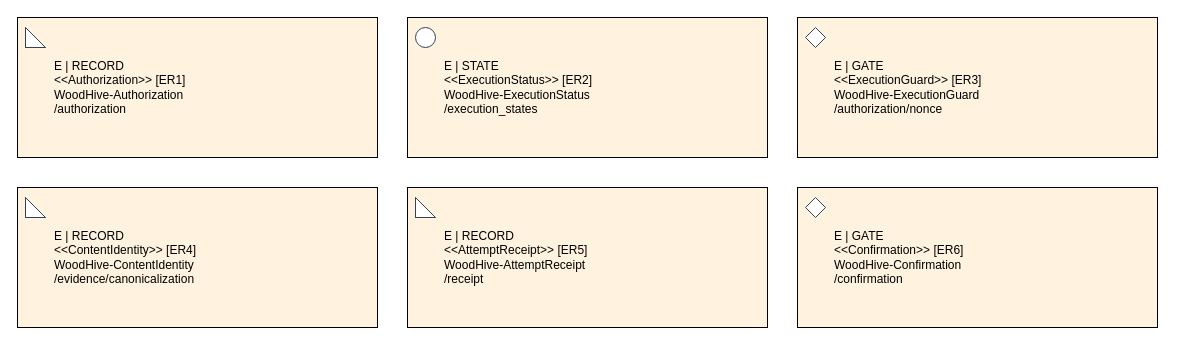
alexbafana/MKM-POL21-2025 keeps this draw.io diagram as reproducibility/paper-b/models/extended-views/Execution.drawio. Above is the earlier version. Source tidied: cells renumbered, new cells numbered last; positions are measured from the earlier drawing's top-left corner, leaving out a move shared by most shapes. Both pictures are drawn from the tidied source at 100%, with x=0, y=0 at pixel (17, 17).
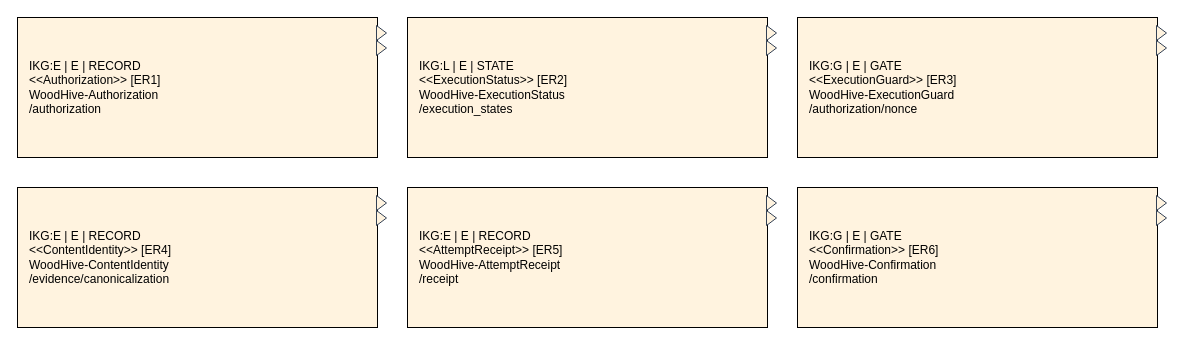
After the change.

Change to the diagram source:
```diff
@@
 <mxGraphModel>
   <root>
     <mxCell id="0" />
     <mxCell id="1" parent="0" />
-    <mxCell id="2" value="E | RECORD&#10;&lt;&lt;Authorization&gt;&gt; [ER1]&#10;WoodHive-Authorization&#10;/authorization" style="rounded=0;whiteSpace=wrap;html=0;align=left;spacingLeft=35;fillColor=#fff3df;" parent="1" vertex="1">
+    <mxCell id="2" value="IKG:E | E | RECORD&#10;&lt;&lt;Authorization&gt;&gt; [ER1]&#10;WoodHive-Authorization&#10;/authorization" style="rounded=0;whiteSpace=wrap;html=0;align=left;spacingLeft=10;fillColor=#fff3df;" parent="1" vertex="1">
       <mxGeometry width="360" height="140" as="geometry" />
     </mxCell>
-    <mxCell id="3" style="shape=note;fillColor=#ffffff;strokeColor=#334155;" parent="2" vertex="1">
-      <mxGeometry x="8" y="10" width="20" height="20" as="geometry" />
-    </mxCell>
+    <mxCell id="14" style="shape=triangle;direction=east;fillColor=#fff3df;strokeColor=#334155;" parent="2" vertex="1">
+      <mxGeometry x="359" y="8" width="10" height="15" as="geometry" />
+    </mxCell>
+    <mxCell id="15" style="shape=triangle;direction=east;fillColor=#fff3df;strokeColor=#334155;" parent="2" vertex="1">
+      <mxGeometry x="359" y="23" width="10" height="15" as="geometry" />
+    </mxCell>
-    <mxCell id="4" value="E | STATE&#10;&lt;&lt;ExecutionStatus&gt;&gt; [ER2]&#10;WoodHive-ExecutionStatus&#10;/execution_states" style="rounded=0;whiteSpace=wrap;html=0;align=left;spacingLeft=35;fillColor=#fff3df;" parent="1" vertex="1">
+    <mxCell id="4" value="IKG:L | E | STATE&#10;&lt;&lt;ExecutionStatus&gt;&gt; [ER2]&#10;WoodHive-ExecutionStatus&#10;/execution_states" style="rounded=0;whiteSpace=wrap;html=0;align=left;spacingLeft=10;fillColor=#fff3df;" parent="1" vertex="1">
       <mxGeometry x="390" width="360" height="140" as="geometry" />
     </mxCell>
-    <mxCell id="5" style="shape=ellipse;fillColor=#ffffff;strokeColor=#334155;" parent="4" vertex="1">
-      <mxGeometry x="8" y="10" width="20" height="20" as="geometry" />
-    </mxCell>
+    <mxCell id="16" style="shape=triangle;direction=east;fillColor=#fff3df;strokeColor=#334155;" parent="4" vertex="1">
+      <mxGeometry x="359" y="8" width="10" height="15" as="geometry" />
+    </mxCell>
+    <mxCell id="17" style="shape=triangle;direction=east;fillColor=#fff3df;strokeColor=#334155;" parent="4" vertex="1">
+      <mxGeometry x="359" y="23" width="10" height="15" as="geometry" />
+    </mxCell>
-    <mxCell id="6" value="E | GATE&#10;&lt;&lt;ExecutionGuard&gt;&gt; [ER3]&#10;WoodHive-ExecutionGuard&#10;/authorization/nonce" style="rounded=0;whiteSpace=wrap;html=0;align=left;spacingLeft=35;fillColor=#fff3df;" parent="1" vertex="1">
+    <mxCell id="6" value="IKG:G | E | GATE&#10;&lt;&lt;ExecutionGuard&gt;&gt; [ER3]&#10;WoodHive-ExecutionGuard&#10;/authorization/nonce" style="rounded=0;whiteSpace=wrap;html=0;align=left;spacingLeft=10;fillColor=#fff3df;" parent="1" vertex="1">
       <mxGeometry x="780" width="360" height="140" as="geometry" />
     </mxCell>
-    <mxCell id="7" style="shape=rhombus;fillColor=#ffffff;strokeColor=#334155;" parent="6" vertex="1">
-      <mxGeometry x="8" y="10" width="20" height="20" as="geometry" />
-    </mxCell>
+    <mxCell id="18" style="shape=triangle;direction=east;fillColor=#fff3df;strokeColor=#334155;" parent="6" vertex="1">
+      <mxGeometry x="359" y="8" width="10" height="15" as="geometry" />
+    </mxCell>
+    <mxCell id="19" style="shape=triangle;direction=east;fillColor=#fff3df;strokeColor=#334155;" parent="6" vertex="1">
+      <mxGeometry x="359" y="23" width="10" height="15" as="geometry" />
+    </mxCell>
-    <mxCell id="8" value="E | RECORD&#10;&lt;&lt;ContentIdentity&gt;&gt; [ER4]&#10;WoodHive-ContentIdentity&#10;/evidence/canonicalization" style="rounded=0;whiteSpace=wrap;html=0;align=left;spacingLeft=35;fillColor=#fff3df;" parent="1" vertex="1">
+    <mxCell id="8" value="IKG:E | E | RECORD&#10;&lt;&lt;ContentIdentity&gt;&gt; [ER4]&#10;WoodHive-ContentIdentity&#10;/evidence/canonicalization" style="rounded=0;whiteSpace=wrap;html=0;align=left;spacingLeft=10;fillColor=#fff3df;" parent="1" vertex="1">
       <mxGeometry y="170" width="360" height="140" as="geometry" />
     </mxCell>
-    <mxCell id="9" style="shape=note;fillColor=#ffffff;strokeColor=#334155;" parent="8" vertex="1">
-      <mxGeometry x="8" y="10" width="20" height="20" as="geometry" />
-    </mxCell>
+    <mxCell id="20" style="shape=triangle;direction=east;fillColor=#fff3df;strokeColor=#334155;" parent="8" vertex="1">
+      <mxGeometry x="359" y="8" width="10" height="15" as="geometry" />
+    </mxCell>
+    <mxCell id="21" style="shape=triangle;direction=east;fillColor=#fff3df;strokeColor=#334155;" parent="8" vertex="1">
+      <mxGeometry x="359" y="23" width="10" height="15" as="geometry" />
+    </mxCell>
-    <mxCell id="10" value="E | RECORD&#10;&lt;&lt;AttemptReceipt&gt;&gt; [ER5]&#10;WoodHive-AttemptReceipt&#10;/receipt" style="rounded=0;whiteSpace=wrap;html=0;align=left;spacingLeft=35;fillColor=#fff3df;" parent="1" vertex="1">
+    <mxCell id="10" value="IKG:E | E | RECORD&#10;&lt;&lt;AttemptReceipt&gt;&gt; [ER5]&#10;WoodHive-AttemptReceipt&#10;/receipt" style="rounded=0;whiteSpace=wrap;html=0;align=left;spacingLeft=10;fillColor=#fff3df;" parent="1" vertex="1">
       <mxGeometry x="390" y="170" width="360" height="140" as="geometry" />
     </mxCell>
-    <mxCell id="11" style="shape=note;fillColor=#ffffff;strokeColor=#334155;" parent="10" vertex="1">
-      <mxGeometry x="8" y="10" width="20" height="20" as="geometry" />
-    </mxCell>
+    <mxCell id="22" style="shape=triangle;direction=east;fillColor=#fff3df;strokeColor=#334155;" parent="10" vertex="1">
+      <mxGeometry x="359" y="8" width="10" height="15" as="geometry" />
+    </mxCell>
+    <mxCell id="23" style="shape=triangle;direction=east;fillColor=#fff3df;strokeColor=#334155;" parent="10" vertex="1">
+      <mxGeometry x="359" y="23" width="10" height="15" as="geometry" />
+    </mxCell>
-    <mxCell id="12" value="E | GATE&#10;&lt;&lt;Confirmation&gt;&gt; [ER6]&#10;WoodHive-Confirmation&#10;/confirmation" style="rounded=0;whiteSpace=wrap;html=0;align=left;spacingLeft=35;fillColor=#fff3df;" parent="1" vertex="1">
+    <mxCell id="12" value="IKG:G | E | GATE&#10;&lt;&lt;Confirmation&gt;&gt; [ER6]&#10;WoodHive-Confirmation&#10;/confirmation" style="rounded=0;whiteSpace=wrap;html=0;align=left;spacingLeft=10;fillColor=#fff3df;" parent="1" vertex="1">
       <mxGeometry x="780" y="170" width="360" height="140" as="geometry" />
     </mxCell>
-    <mxCell id="13" style="shape=rhombus;fillColor=#ffffff;strokeColor=#334155;" parent="12" vertex="1">
-      <mxGeometry x="8" y="10" width="20" height="20" as="geometry" />
-    </mxCell>
+    <mxCell id="24" style="shape=triangle;direction=east;fillColor=#fff3df;strokeColor=#334155;" parent="12" vertex="1">
+      <mxGeometry x="359" y="8" width="10" height="15" as="geometry" />
+    </mxCell>
+    <mxCell id="25" style="shape=triangle;direction=east;fillColor=#fff3df;strokeColor=#334155;" parent="12" vertex="1">
+      <mxGeometry x="359" y="23" width="10" height="15" as="geometry" />
+    </mxCell>
   </root>
 </mxGraphModel>
```
